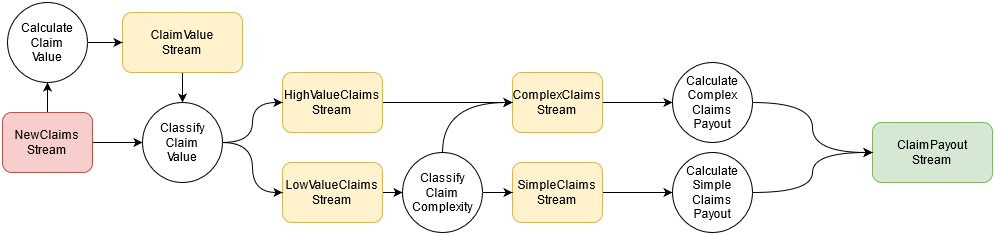
This is insurance_claims/diagrams/insurance_claims_fbp_min.png from mlatcl/fbp-vs-soa, a draw.io export, as it was before one commit. Source tidied: cells renumbered, new cells last; positions are measured from the earlier drawing's top-left corner, leaving out a move shared by most shapes. Source of this version:
```xml
<mxGraphModel>
  <root>
    <mxCell id="0" />
    <mxCell id="1" parent="0" />
    <mxCell id="2" style="edgeStyle=orthogonalEdgeStyle;rounded=0;jettySize=auto;html=1;" parent="1" edge="1" source="4" target="17">
      <mxGeometry relative="1" as="geometry" />
    </mxCell>
    <mxCell id="3" style="edgeStyle=orthogonalEdgeStyle;rounded=0;jettySize=auto;html=1;" parent="1" edge="1" source="4" target="20">
      <mxGeometry relative="1" as="geometry" />
    </mxCell>
    <mxCell id="4" value="&lt;div&gt;NewClaims&lt;/div&gt;&lt;div&gt;Stream&lt;br&gt;&lt;/div&gt;" style="rounded=1;whiteSpace=wrap;html=1;fillColor=#f8cecc;strokeColor=#b85450;" parent="1" vertex="1">
      <mxGeometry y="110" width="90" height="60" as="geometry" />
    </mxCell>
    <mxCell id="5" style="edgeStyle=orthogonalEdgeStyle;rounded=0;jettySize=auto;html=1;" parent="1" edge="1" source="6" target="20">
      <mxGeometry relative="1" as="geometry" />
    </mxCell>
    <mxCell id="6" value="&lt;div&gt;ClaimValue&lt;/div&gt;&lt;div&gt;Stream&lt;br&gt;&lt;/div&gt;" style="rounded=1;whiteSpace=wrap;html=1;fillColor=#fff2cc;strokeColor=#d6b656;" parent="1" vertex="1">
      <mxGeometry x="120" y="10" width="120" height="60" as="geometry" />
    </mxCell>
    <mxCell id="7" style="edgeStyle=orthogonalEdgeStyle;rounded=0;jettySize=auto;html=1;entryX=0;entryY=0.5;entryDx=0;entryDy=0;" parent="1" edge="1" source="8" target="14">
      <mxGeometry relative="1" as="geometry" />
    </mxCell>
    <mxCell id="8" value="&lt;div&gt;HighValueClaims&lt;/div&gt;&lt;div&gt;Stream&lt;/div&gt;" style="rounded=1;whiteSpace=wrap;html=1;fillColor=#fff2cc;strokeColor=#d6b656;" parent="1" vertex="1">
      <mxGeometry x="280" y="70" width="100" height="60" as="geometry" />
    </mxCell>
    <mxCell id="9" style="edgeStyle=orthogonalEdgeStyle;rounded=0;jettySize=auto;html=1;" parent="1" edge="1" source="10" target="23">
      <mxGeometry relative="1" as="geometry" />
    </mxCell>
    <mxCell id="10" value="&lt;div&gt;LowValueClaims&lt;/div&gt;&lt;div&gt;Stream&lt;/div&gt;" style="rounded=1;whiteSpace=wrap;html=1;fillColor=#fff2cc;strokeColor=#d6b656;" parent="1" vertex="1">
      <mxGeometry x="280" y="160" width="100" height="60" as="geometry" />
    </mxCell>
    <mxCell id="11" style="edgeStyle=orthogonalEdgeStyle;rounded=0;jettySize=auto;html=1;entryX=0;entryY=0.5;entryDx=0;entryDy=0;" parent="1" edge="1" source="12" target="25">
      <mxGeometry relative="1" as="geometry" />
    </mxCell>
    <mxCell id="12" value="&lt;div&gt;SimpleClaims&lt;/div&gt;&lt;div&gt;Stream&lt;/div&gt;" style="rounded=1;whiteSpace=wrap;html=1;fillColor=#fff2cc;strokeColor=#d6b656;" parent="1" vertex="1">
      <mxGeometry x="510" y="160" width="90" height="60" as="geometry" />
    </mxCell>
    <mxCell id="13" style="edgeStyle=orthogonalEdgeStyle;rounded=0;jettySize=auto;html=1;" parent="1" edge="1" source="14" target="27">
      <mxGeometry relative="1" as="geometry" />
    </mxCell>
    <mxCell id="14" value="&lt;div&gt;ComplexClaims&lt;/div&gt;&lt;div&gt;Stream&lt;/div&gt;" style="rounded=1;whiteSpace=wrap;html=1;fillColor=#fff2cc;strokeColor=#d6b656;" parent="1" vertex="1">
      <mxGeometry x="510" y="70" width="90" height="60" as="geometry" />
    </mxCell>
    <mxCell id="15" value="&lt;div&gt;ClaimPayout&lt;/div&gt;&lt;div&gt;Stream&lt;/div&gt;" style="rounded=1;whiteSpace=wrap;html=1;fillColor=#d5e8d4;strokeColor=#82b366;" parent="1" vertex="1">
      <mxGeometry x="870" y="120" width="120" height="60" as="geometry" />
    </mxCell>
    <mxCell id="16" style="edgeStyle=orthogonalEdgeStyle;rounded=0;jettySize=auto;html=1;" parent="1" edge="1" source="17" target="6">
      <mxGeometry relative="1" as="geometry" />
    </mxCell>
    <mxCell id="17" value="&lt;div&gt;Calculate&lt;/div&gt;&lt;div&gt;Claim&lt;/div&gt;&lt;div&gt;Value&lt;/div&gt;" style="ellipse;whiteSpace=wrap;html=1;" parent="1" vertex="1">
      <mxGeometry x="5" width="80" height="80" as="geometry" />
    </mxCell>
    <mxCell id="18" style="edgeStyle=orthogonalEdgeStyle;rounded=0;jettySize=auto;html=1;curved=1;" parent="1" edge="1" source="20" target="8">
      <mxGeometry relative="1" as="geometry" />
    </mxCell>
    <mxCell id="19" style="edgeStyle=orthogonalEdgeStyle;rounded=0;jettySize=auto;html=1;entryX=0;entryY=0.5;entryDx=0;entryDy=0;curved=1;" parent="1" edge="1" source="20" target="10">
      <mxGeometry relative="1" as="geometry" />
    </mxCell>
    <mxCell id="20" value="&lt;div&gt;Classify&lt;/div&gt;&lt;div&gt;Claim&lt;/div&gt;&lt;div&gt;Value&lt;/div&gt;" style="ellipse;whiteSpace=wrap;html=1;" parent="1" vertex="1">
      <mxGeometry x="140" y="100" width="80" height="80" as="geometry" />
    </mxCell>
    <mxCell id="21" style="edgeStyle=orthogonalEdgeStyle;rounded=0;jettySize=auto;html=1;exitX=1;exitY=0.5;exitDx=0;exitDy=0;" parent="1" edge="1" source="23" target="12">
      <mxGeometry relative="1" as="geometry" />
    </mxCell>
    <mxCell id="22" style="edgeStyle=orthogonalEdgeStyle;rounded=0;jettySize=auto;html=1;exitX=0.5;exitY=0;exitDx=0;exitDy=0;entryX=0;entryY=0.5;entryDx=0;entryDy=0;curved=1;" parent="1" edge="1" source="23" target="14">
      <mxGeometry relative="1" as="geometry" />
    </mxCell>
    <mxCell id="23" value="&lt;div&gt;Classify&lt;/div&gt;&lt;div&gt;Claim&lt;/div&gt;&lt;div&gt;Complexity&lt;/div&gt;" style="ellipse;whiteSpace=wrap;html=1;" parent="1" vertex="1">
      <mxGeometry x="400" y="150" width="80" height="80" as="geometry" />
    </mxCell>
    <mxCell id="24" style="edgeStyle=orthogonalEdgeStyle;rounded=0;jettySize=auto;html=1;entryX=0;entryY=0.5;entryDx=0;entryDy=0;curved=1;" parent="1" edge="1" source="25" target="15">
      <mxGeometry relative="1" as="geometry" />
    </mxCell>
    <mxCell id="25" value="&lt;div&gt;Calculate&lt;/div&gt;&lt;div&gt;Simple&lt;/div&gt;&lt;div&gt;Claims&lt;/div&gt;&lt;div&gt;Payout&lt;/div&gt;" style="ellipse;whiteSpace=wrap;html=1;" parent="1" vertex="1">
      <mxGeometry x="670" y="150" width="80" height="80" as="geometry" />
    </mxCell>
    <mxCell id="26" style="edgeStyle=orthogonalEdgeStyle;rounded=0;jettySize=auto;html=1;curved=1;" parent="1" edge="1" source="27" target="15">
      <mxGeometry relative="1" as="geometry" />
    </mxCell>
    <mxCell id="27" value="&lt;div&gt;Calculate&lt;/div&gt;&lt;div&gt;Complex&lt;/div&gt;&lt;div&gt;Claims&lt;/div&gt;&lt;div&gt;Payout&lt;/div&gt;" style="ellipse;whiteSpace=wrap;html=1;" parent="1" vertex="1">
      <mxGeometry x="670" y="60" width="80" height="80" as="geometry" />
    </mxCell>
  </root>
</mxGraphModel>
```
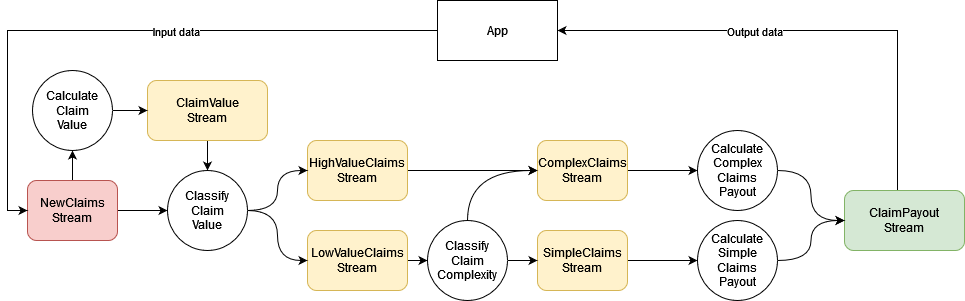
The same diagram one commit later.

Commit message:
Insurance claims diagrams

What changed in the source:
```diff
@@ -41,8 +41,20 @@
     <mxCell id="14" value="&lt;div&gt;ComplexClaims&lt;/div&gt;&lt;div&gt;Stream&lt;/div&gt;" style="rounded=1;whiteSpace=wrap;html=1;fillColor=#fff2cc;strokeColor=#d6b656;" parent="1" vertex="1">
       <mxGeometry x="510" y="70" width="90" height="60" as="geometry" />
     </mxCell>
+    <mxCell id="28" style="edgeStyle=orthogonalEdgeStyle;rounded=0;jettySize=auto;html=1;entryX=1;entryY=0.5;entryDx=0;entryDy=0;" parent="1" edge="1" source="15" target="32">
+      <mxGeometry relative="1" as="geometry">
+        <Array as="points">
+          <mxPoint x="870" y="-40" />
+        </Array>
+      </mxGeometry>
+    </mxCell>
+    <mxCell id="29" value="Output data" style="edgeLabel;html=1;align=center;verticalAlign=middle;" parent="28" vertex="1">
+      <mxGeometry x="0.22" y="3" relative="1" as="geometry">
+        <mxPoint y="-3" as="offset" />
+      </mxGeometry>
+    </mxCell>
     <mxCell id="15" value="&lt;div&gt;ClaimPayout&lt;/div&gt;&lt;div&gt;Stream&lt;/div&gt;" style="rounded=1;whiteSpace=wrap;html=1;fillColor=#d5e8d4;strokeColor=#82b366;" parent="1" vertex="1">
-      <mxGeometry x="870" y="120" width="120" height="60" as="geometry" />
+      <mxGeometry x="817" y="120" width="120" height="60" as="geometry" />
     </mxCell>
     <mxCell id="16" style="edgeStyle=orthogonalEdgeStyle;rounded=0;jettySize=auto;html=1;" parent="1" edge="1" source="17" target="6">
       <mxGeometry relative="1" as="geometry" />
@@ -80,5 +92,16 @@
     <mxCell id="27" value="&lt;div&gt;Calculate&lt;/div&gt;&lt;div&gt;Complex&lt;/div&gt;&lt;div&gt;Claims&lt;/div&gt;&lt;div&gt;Payout&lt;/div&gt;" style="ellipse;whiteSpace=wrap;html=1;" parent="1" vertex="1">
       <mxGeometry x="670" y="60" width="80" height="80" as="geometry" />
     </mxCell>
+    <mxCell id="30" style="edgeStyle=orthogonalEdgeStyle;rounded=0;jettySize=auto;html=1;entryX=0;entryY=0.5;entryDx=0;entryDy=0;" parent="1" edge="1" source="32" target="4">
+      <mxGeometry relative="1" as="geometry" />
+    </mxCell>
+    <mxCell id="31" value="Input data" style="edgeLabel;html=1;align=center;verticalAlign=middle;" parent="30" vertex="1">
+      <mxGeometry x="-0.17" y="-2" relative="1" as="geometry">
+        <mxPoint y="2" as="offset" />
+      </mxGeometry>
+    </mxCell>
+    <mxCell id="32" value="&lt;div&gt;App&lt;/div&gt;" style="rounded=0;whiteSpace=wrap;html=1;" parent="1" vertex="1">
+      <mxGeometry x="410" y="-70" width="120" height="60" as="geometry" />
+    </mxCell>
   </root>
 </mxGraphModel>
```
